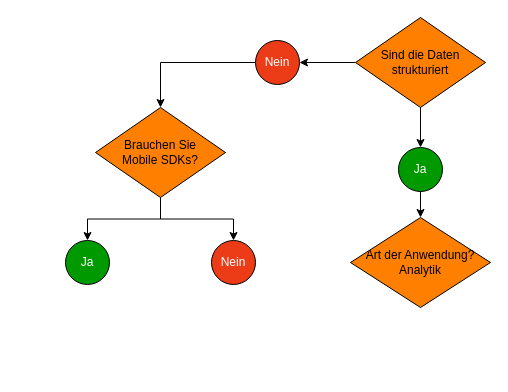
Above: GCP-Storage-Decision-Flowchart.drawio in iamulya/drawio-diagrams (draw.io), before the change. Source tidied: cells renumbered, new cells numbered last; positions are measured from the earlier drawing's top-left corner, leaving out a move shared by most shapes. Both pictures are drawn from the tidied source at 100%, with x=0, y=0 at pixel (65, 17).
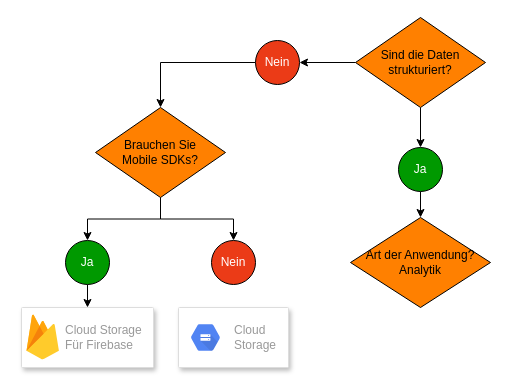
The same page after the edit.

The change refers to these unchanged cells:
```xml
<mxCell id="13" value="&lt;font color=&quot;#ffffff&quot;&gt;Ja&lt;/font&gt;" style="ellipse;whiteSpace=wrap;html=1;fillColor=#009900;" parent="1" vertex="1">
  <mxGeometry y="223" width="44" height="44" as="geometry" />
</mxCell>
```

What changed in the source:
```diff
@@
-    <mxCell id="4" value="Sind die Daten &lt;br&gt;strukturiert" style="rhombus;whiteSpace=wrap;html=1;fillColor=#FF8000;" parent="1" vertex="1">
+    <mxCell id="4" value="Sind die Daten &lt;br&gt;strukturiert?" style="rhombus;whiteSpace=wrap;html=1;fillColor=#FF8000;" parent="1" vertex="1">
       <mxGeometry x="290" width="130" height="90" as="geometry" />
     </mxCell>
@@
+    <mxCell id="15" style="edgeStyle=orthogonalEdgeStyle;rounded=0;jettySize=auto;html=1;entryX=0.5;entryY=0;entryDx=0;entryDy=0;" parent="1" edge="1" source="13">
+      <mxGeometry relative="1" as="geometry">
+        <mxPoint x="22" y="290" as="targetPoint" />
+      </mxGeometry>
+    </mxCell>
@@
+    <mxCell id="16" style="strokeColor=#dddddd;shadow=1;strokeWidth=1;rounded=1;absoluteArcSize=1;arcSize=2;fillColor=#FFFFFF;" parent="1" vertex="1">
+      <mxGeometry x="113" y="290" width="110" height="60" as="geometry" />
+    </mxCell>
+    <mxCell id="17" value="Cloud&#10;Storage" style="dashed=0;html=1;fillColor=#5184F3;strokeColor=none;shape=mxgraph.gcp2.hexIcon;prIcon=cloud_storage;labelPosition=right;verticalLabelPosition=middle;align=left;verticalAlign=middle;spacingLeft=5;fontColor=#999999;fontSize=12;" parent="16" vertex="1">
+      <mxGeometry y="0.5" width="44" height="39" relative="1" as="geometry">
+        <mxPoint x="5" y="-19.5" as="offset" />
+      </mxGeometry>
+    </mxCell>
+    <mxCell id="18" style="strokeColor=#dddddd;shadow=1;strokeWidth=1;rounded=1;absoluteArcSize=1;arcSize=2;fillColor=#FFFFFF;" parent="1" vertex="1">
+      <mxGeometry x="-44" y="290" width="132" height="60" as="geometry" />
+    </mxCell>
+    <mxCell id="19" value="Cloud Storage&amp;nbsp;&lt;br&gt;Für Firebase" style="dashed=0;html=1;fillColor=#5184F3;strokeColor=none;shape=mxgraph.gcp2.firebase;labelPosition=right;verticalLabelPosition=middle;align=left;verticalAlign=middle;spacingLeft=5;fontColor=#999999;fontSize=12;" parent="18" vertex="1">
+      <mxGeometry width="32.4" height="45" relative="1" as="geometry">
+        <mxPoint x="5" y="7" as="offset" />
+      </mxGeometry>
+    </mxCell>
```
